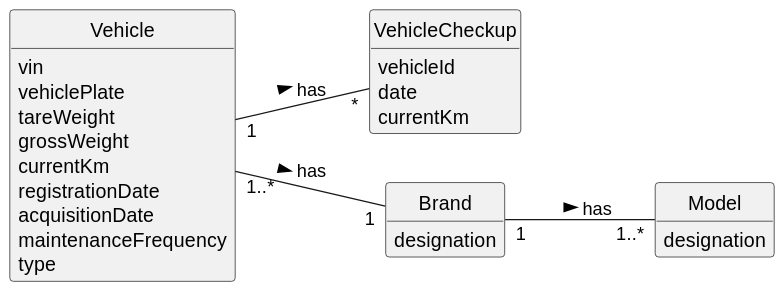
This is docs/sprintB/us008/02.analysis/svg/us008-domain-model.svg from ricardomm7/leaflink, a PlantUML export, as it was before one commit.
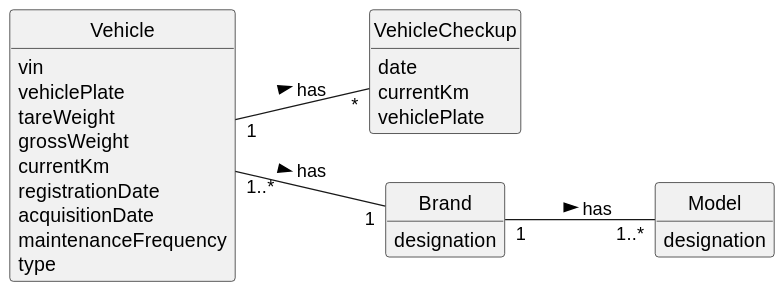
The same diagram one commit later.

The edit, as a diff of the source:
```diff
@@ -11,9 +11,9 @@
 
 
 class VehicleCheckup {
-    vehicleId
     date
     currentKm
+    vehiclePlate
 }
 
 class Vehicle {
```
